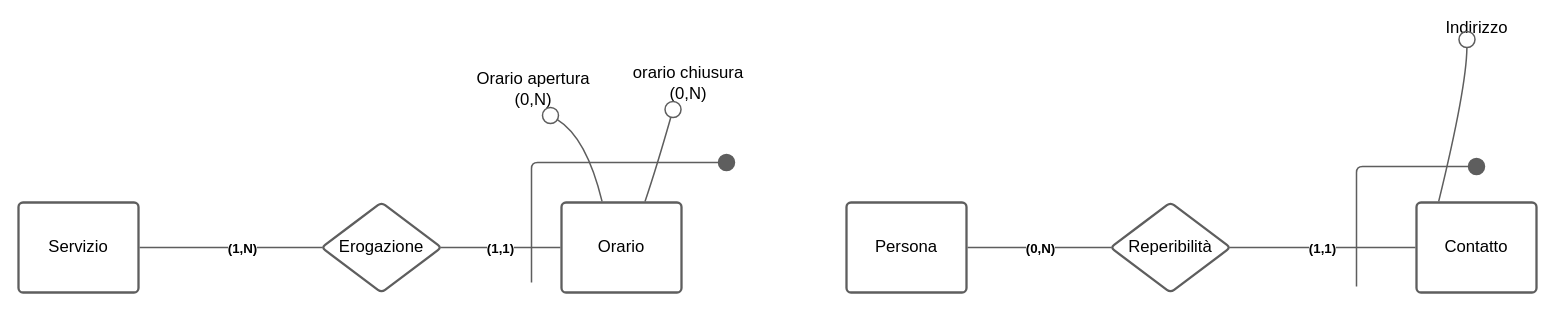
The draw.io diagram page "Attributi-multivalore" (3 of 3) of src_relazione_tex/Er.drawio in alessandro-massarenti/Progetto-basi-di-dati-2022, before the edit. Source tidied: cells renumbered, new cells numbered last; positions are measured from the earlier drawing's top-left corner, leaving out a move shared by most shapes. Both pictures are drawn from the tidied source at 100%, with x=0, y=0 at pixel (18, 17).
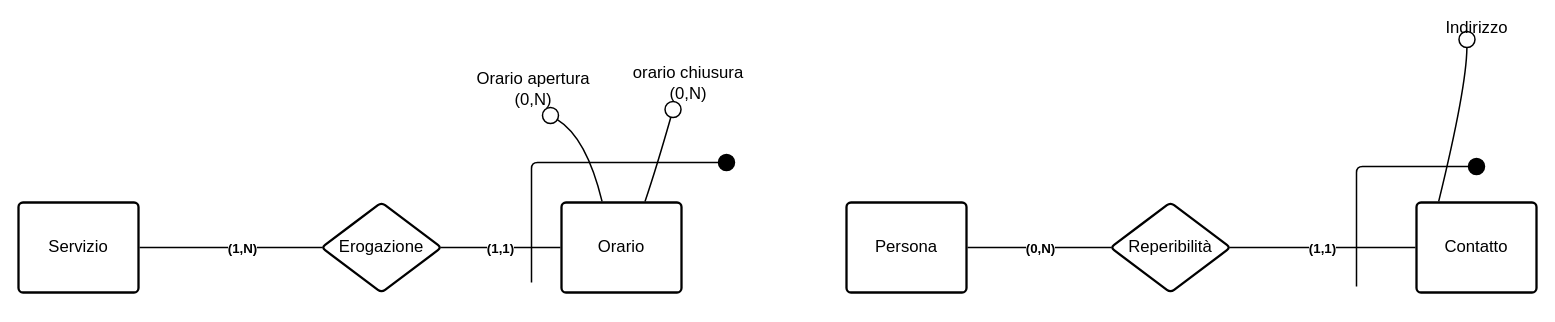
The same page after the edit.

The change refers to these unchanged cells:
```xml
<mxCell id="2" value="Indirizzo" style="html=1;overflow=block;blockSpacing=1;whiteSpace=wrap;fontSize=16.7;fontColor=#000000;spacing=0;fillColor=#ffffff;strokeWidth=1.5;strokeColor=none;" parent="1" vertex="1">
  <mxGeometry x="1426.5" width="63" height="22" as="geometry" />
</mxCell>
<mxCell id="3" value="Orario apertura&#10;(0,N)" style="html=1;overflow=block;blockSpacing=1;whiteSpace=wrap;fontSize=16.7;fontColor=#000000;spacing=0;fillColor=#ffffff;strokeWidth=1.5;strokeColor=none;" parent="1" vertex="1">
  <mxGeometry x="453" y="46" width="124" height="52" as="geometry" />
</mxCell>
<mxCell id="4" value="orario chiusura&#10;(0,N)" style="html=1;overflow=block;blockSpacing=1;whiteSpace=wrap;fontSize=16.7;fontColor=#000000;spacing=0;fillColor=#ffffff;strokeWidth=1.5;strokeColor=none;" parent="1" vertex="1">
  <mxGeometry x="605" y="40" width="130" height="52" as="geometry" />
</mxCell>
```

Diff of the diagram source:
```diff
@@
-    <mxCell id="5" value="Servizio" style="html=1;overflow=block;blockSpacing=1;whiteSpace=wrap;fontSize=16.7;fontColor=#000000;spacing=9;strokeColor=#5e5e5e;strokeOpacity=100;rounded=1;absoluteArcSize=1;arcSize=9;strokeWidth=2.3;" parent="1" vertex="1">
+    <mxCell id="5" value="Servizio" style="html=1;overflow=block;blockSpacing=1;whiteSpace=wrap;fontSize=16.7;fontColor=#000000;spacing=9;strokeColor=#000000;strokeOpacity=100;rounded=1;absoluteArcSize=1;arcSize=9;strokeWidth=2.3;" parent="1" vertex="1">
       <mxGeometry y="185" width="120" height="90" as="geometry" />
     </mxCell>
-    <mxCell id="6" style="html=1;jettySize=18;whiteSpace=wrap;fontSize=13;strokeColor=#5E5E5E;strokeWidth=1.5;rounded=1;arcSize=12;curved=1;startArrow=none;endArrow=oval;endFill=0;endSize=16;exitX=0.696;exitY=-0.012;exitPerimeter=0;entryX=0.381;entryY=1;entryPerimeter=0;" parent="1" edge="1" source="8" target="4">
+    <mxCell id="6" style="html=1;jettySize=18;whiteSpace=wrap;fontSize=13;strokeColor=#000000;strokeWidth=1.5;rounded=1;arcSize=12;curved=1;startArrow=none;endArrow=oval;endFill=0;endSize=16;exitX=0.696;exitY=-0.012;exitPerimeter=0;entryX=0.381;entryY=1;entryPerimeter=0;" parent="1" edge="1" source="8" target="4">
       <mxGeometry relative="1" as="geometry">
         <Array as="points">
           <mxPoint x="638" y="150" />
         </Array>
       </mxGeometry>
     </mxCell>
-    <mxCell id="7" style="html=1;jettySize=18;whiteSpace=wrap;fontSize=13;strokeColor=#5E5E5E;strokeWidth=1.5;rounded=1;arcSize=12;curved=1;startArrow=none;endArrow=oval;endFill=0;endSize=16;exitX=0.338;exitY=-0.012;exitPerimeter=0;entryX=0.637;entryY=1;entryPerimeter=0;" parent="1" edge="1" source="8" target="3">
+    <mxCell id="7" style="html=1;jettySize=18;whiteSpace=wrap;fontSize=13;strokeColor=#000000;strokeWidth=1.5;rounded=1;arcSize=12;curved=1;startArrow=none;endArrow=oval;endFill=0;endSize=16;exitX=0.338;exitY=-0.012;exitPerimeter=0;entryX=0.637;entryY=1;entryPerimeter=0;" parent="1" edge="1" source="8" target="3">
       <mxGeometry relative="1" as="geometry">
         <Array as="points">
           <mxPoint x="568" y="120" />
         </Array>
       </mxGeometry>
     </mxCell>
-    <mxCell id="8" value="Orario" style="html=1;overflow=block;blockSpacing=1;whiteSpace=wrap;fontSize=16.7;fontColor=#000000;spacing=9;strokeColor=#5e5e5e;strokeOpacity=100;rounded=1;absoluteArcSize=1;arcSize=9;strokeWidth=2.3;" parent="1" vertex="1">
+    <mxCell id="8" value="Orario" style="html=1;overflow=block;blockSpacing=1;whiteSpace=wrap;fontSize=16.7;fontColor=#000000;spacing=9;strokeColor=#000000;strokeOpacity=100;rounded=1;absoluteArcSize=1;arcSize=9;strokeWidth=2.3;" parent="1" vertex="1">
       <mxGeometry x="543" y="185" width="120" height="90" as="geometry" />
     </mxCell>
-    <mxCell id="9" value="Erogazione" style="html=1;overflow=block;blockSpacing=1;whiteSpace=wrap;rhombus;fontSize=16.7;fontColor=#000000;spacing=3.8;strokeColor=#5e5e5e;strokeOpacity=100;rounded=1;absoluteArcSize=1;arcSize=9;strokeWidth=2.3;" parent="1" vertex="1">
+    <mxCell id="9" value="Erogazione" style="html=1;overflow=block;blockSpacing=1;whiteSpace=wrap;rhombus;fontSize=16.7;fontColor=#000000;spacing=3.8;strokeColor=#000000;strokeOpacity=100;rounded=1;absoluteArcSize=1;arcSize=9;strokeWidth=2.3;" parent="1" vertex="1">
       <mxGeometry x="303" y="185" width="120" height="90" as="geometry" />
     </mxCell>
-    <mxCell id="10" style="html=1;jettySize=18;whiteSpace=wrap;fontSize=13;strokeColor=#5E5E5E;strokeWidth=1.5;rounded=0;startArrow=none;endArrow=none;exitX=1.009;exitY=0.5;exitPerimeter=0;entryX=0.009;entryY=0.5;entryPerimeter=0;" parent="1" edge="1" source="5" target="9">
+    <mxCell id="10" style="html=1;jettySize=18;whiteSpace=wrap;fontSize=13;strokeColor=#000000;strokeWidth=1.5;rounded=0;startArrow=none;endArrow=none;exitX=1.009;exitY=0.5;exitPerimeter=0;entryX=0.009;entryY=0.5;entryPerimeter=0;" parent="1" edge="1" source="5" target="9">
       <mxGeometry relative="1" as="geometry" />
     </mxCell>
@@
-    <mxCell id="12" style="html=1;jettySize=18;whiteSpace=wrap;fontSize=13.3;fontColor=#000000;fontStyle=1;strokeColor=#5E5E5E;strokeWidth=1.5;rounded=0;startArrow=none;endArrow=none;exitX=0.991;exitY=0.5;exitPerimeter=0;entryX=-0.009;entryY=0.5;entryPerimeter=0;" parent="1" edge="1" source="9" target="8">
+    <mxCell id="12" style="html=1;jettySize=18;whiteSpace=wrap;fontSize=13.3;fontColor=#000000;fontStyle=1;strokeColor=#000000;strokeWidth=1.5;rounded=0;startArrow=none;endArrow=none;exitX=0.991;exitY=0.5;exitPerimeter=0;entryX=-0.009;entryY=0.5;entryPerimeter=0;" parent="1" edge="1" source="9" target="8">
       <mxGeometry relative="1" as="geometry" />
     </mxCell>
@@
-    <mxCell id="14" style="html=1;jettySize=18;whiteSpace=wrap;fontSize=13;strokeColor=#5E5E5E;strokeWidth=1.5;rounded=1;arcSize=12;edgeStyle=orthogonalEdgeStyle;startArrow=none;endArrow=oval;endFill=1;endSize=16;" parent="1" edge="1">
+    <mxCell id="14" style="html=1;jettySize=18;whiteSpace=wrap;fontSize=13;strokeColor=#000000;strokeWidth=1.5;rounded=1;arcSize=12;edgeStyle=orthogonalEdgeStyle;startArrow=none;endArrow=oval;endFill=1;endSize=16;" parent="1" edge="1">
       <mxGeometry relative="1" as="geometry">
         <mxPoint x="513" y="265" as="sourcePoint" />
         <mxPoint x="708" y="145" as="targetPoint" />
         <Array as="points">
           <mxPoint x="513" y="145" />
         </Array>
       </mxGeometry>
     </mxCell>
-    <mxCell id="15" value="Persona" style="html=1;overflow=block;blockSpacing=1;whiteSpace=wrap;fontSize=16.7;fontColor=#000000;spacing=9;strokeColor=#5e5e5e;strokeOpacity=100;rounded=1;absoluteArcSize=1;arcSize=9;strokeWidth=2.3;" parent="1" vertex="1">
+    <mxCell id="15" value="Persona" style="html=1;overflow=block;blockSpacing=1;whiteSpace=wrap;fontSize=16.7;fontColor=#000000;spacing=9;strokeColor=#000000;strokeOpacity=100;rounded=1;absoluteArcSize=1;arcSize=9;strokeWidth=2.3;" parent="1" vertex="1">
       <mxGeometry x="828" y="185" width="120" height="90" as="geometry" />
     </mxCell>
-    <mxCell id="16" value="Reperibilità" style="html=1;overflow=block;blockSpacing=1;whiteSpace=wrap;rhombus;fontSize=16.7;fontColor=#000000;spacing=3.8;strokeColor=#5e5e5e;strokeOpacity=100;rounded=1;absoluteArcSize=1;arcSize=9;strokeWidth=2.3;" parent="1" vertex="1">
+    <mxCell id="16" value="Reperibilità" style="html=1;overflow=block;blockSpacing=1;whiteSpace=wrap;rhombus;fontSize=16.7;fontColor=#000000;spacing=3.8;strokeColor=#000000;strokeOpacity=100;rounded=1;absoluteArcSize=1;arcSize=9;strokeWidth=2.3;" parent="1" vertex="1">
       <mxGeometry x="1092" y="185" width="120" height="90" as="geometry" />
     </mxCell>
-    <mxCell id="17" value="Contatto" style="html=1;overflow=block;blockSpacing=1;whiteSpace=wrap;fontSize=16.7;fontColor=#000000;spacing=9;strokeColor=#5e5e5e;strokeOpacity=100;rounded=1;absoluteArcSize=1;arcSize=9;strokeWidth=2.3;" parent="1" vertex="1">
+    <mxCell id="17" value="Contatto" style="html=1;overflow=block;blockSpacing=1;whiteSpace=wrap;fontSize=16.7;fontColor=#000000;spacing=9;strokeColor=#000000;strokeOpacity=100;rounded=1;absoluteArcSize=1;arcSize=9;strokeWidth=2.3;" parent="1" vertex="1">
       <mxGeometry x="1398" y="185" width="120" height="90" as="geometry" />
     </mxCell>
-    <mxCell id="18" style="html=1;jettySize=18;whiteSpace=wrap;fontSize=13;strokeColor=#5E5E5E;strokeWidth=1.5;rounded=1;arcSize=12;curved=1;startArrow=none;endArrow=oval;endFill=0;endSize=16;exitX=0.185;exitY=-0.012;exitPerimeter=0;entryX=0.349;entryY=1;entryPerimeter=0;" parent="1" edge="1" source="17" target="2">
+    <mxCell id="18" style="html=1;jettySize=18;whiteSpace=wrap;fontSize=13;strokeColor=#000000;strokeWidth=1.5;rounded=1;arcSize=12;curved=1;startArrow=none;endArrow=oval;endFill=0;endSize=16;exitX=0.185;exitY=-0.012;exitPerimeter=0;entryX=0.349;entryY=1;entryPerimeter=0;" parent="1" edge="1" source="17" target="2">
       <mxGeometry relative="1" as="geometry">
         <Array as="points">
           <mxPoint x="1448" y="70" />
         </Array>
       </mxGeometry>
     </mxCell>
-    <mxCell id="19" style="html=1;jettySize=18;whiteSpace=wrap;fontSize=13.3;fontColor=#000000;fontStyle=1;strokeColor=#5E5E5E;strokeWidth=1.5;rounded=0;startArrow=none;endArrow=none;exitX=0.009;exitY=0.5;exitPerimeter=0;entryX=1.009;entryY=0.5;entryPerimeter=0;" parent="1" edge="1" source="16" target="15">
+    <mxCell id="19" style="html=1;jettySize=18;whiteSpace=wrap;fontSize=13.3;fontColor=#000000;fontStyle=1;strokeColor=#000000;strokeWidth=1.5;rounded=0;startArrow=none;endArrow=none;exitX=0.009;exitY=0.5;exitPerimeter=0;entryX=1.009;entryY=0.5;entryPerimeter=0;" parent="1" edge="1" source="16" target="15">
       <mxGeometry relative="1" as="geometry" />
     </mxCell>
@@
-    <mxCell id="21" style="html=1;jettySize=18;whiteSpace=wrap;fontSize=13;strokeColor=#5E5E5E;strokeWidth=1.5;rounded=0;startArrow=none;endArrow=none;exitX=0.991;exitY=0.5;exitPerimeter=0;entryX=-0.009;entryY=0.5;entryPerimeter=0;" parent="1" edge="1" source="16" target="17">
+    <mxCell id="21" style="html=1;jettySize=18;whiteSpace=wrap;fontSize=13;strokeColor=#000000;strokeWidth=1.5;rounded=0;startArrow=none;endArrow=none;exitX=0.991;exitY=0.5;exitPerimeter=0;entryX=-0.009;entryY=0.5;entryPerimeter=0;" parent="1" edge="1" source="16" target="17">
       <mxGeometry relative="1" as="geometry" />
     </mxCell>
@@
-    <mxCell id="23" style="html=1;jettySize=18;whiteSpace=wrap;fontSize=13;strokeColor=#5E5E5E;strokeWidth=1.5;rounded=1;arcSize=12;edgeStyle=orthogonalEdgeStyle;startArrow=none;endArrow=oval;endFill=1;endSize=16;" parent="1" edge="1">
+    <mxCell id="23" style="html=1;jettySize=18;whiteSpace=wrap;fontSize=13;strokeColor=#000000;strokeWidth=1.5;rounded=1;arcSize=12;edgeStyle=orthogonalEdgeStyle;startArrow=none;endArrow=oval;endFill=1;endSize=16;" parent="1" edge="1">
       <mxGeometry relative="1" as="geometry">
         <mxPoint x="1338" y="269" as="sourcePoint" />
         <mxPoint x="1458" y="149" as="targetPoint" />
         <Array as="points">
           <mxPoint x="1338" y="149" />
         </Array>
       </mxGeometry>
     </mxCell>
```
